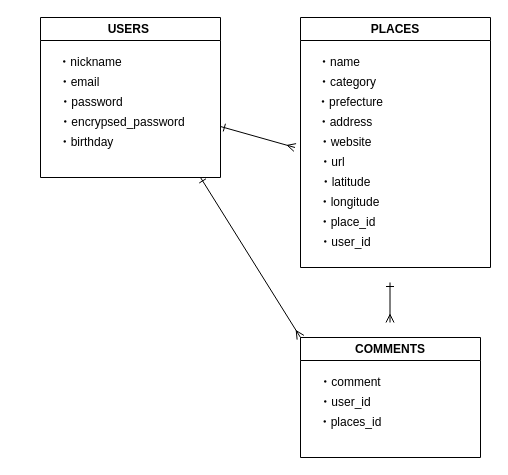
Above: mu5.dio in ayako-k2/mu5 (draw.io), before the change. Source tidied: cells renumbered, new cells numbered last; positions are measured from the earlier drawing's top-left corner, leaving out a move shared by most shapes. Both pictures are drawn from the tidied source at 100%, with x=0, y=0 at pixel (29, 17).
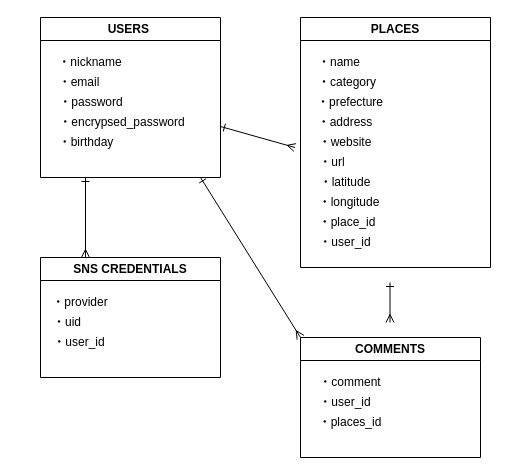
The same diagram, later.

The change refers to these unchanged cells:
```xml
<mxCell id="2" value="USERS&amp;nbsp;" style="swimlane;whiteSpace=wrap;html=1;" parent="1" vertex="1">
  <mxGeometry x="11" width="180" height="160" as="geometry" />
</mxCell>
```

What changed in the source:
```diff
@@
+    <mxCell id="26" value="SNS CREDENTIALS" style="swimlane;whiteSpace=wrap;html=1;" parent="1" vertex="1">
+      <mxGeometry x="11" y="240" width="180" height="120" as="geometry" />
+    </mxCell>
+    <mxCell id="27" value="・provider" style="text;html=1;strokeColor=none;fillColor=none;align=center;verticalAlign=middle;whiteSpace=wrap;rounded=0;" parent="26" vertex="1">
+      <mxGeometry x="-10" y="30" width="100" height="30" as="geometry" />
+    </mxCell>
+    <mxCell id="28" value="・uid" style="text;html=1;strokeColor=none;fillColor=none;align=center;verticalAlign=middle;whiteSpace=wrap;rounded=0;" parent="26" vertex="1">
+      <mxGeometry x="-23" y="50" width="100" height="30" as="geometry" />
+    </mxCell>
+    <mxCell id="29" value="・user_id" style="text;html=1;strokeColor=none;fillColor=none;align=center;verticalAlign=middle;whiteSpace=wrap;rounded=0;" parent="26" vertex="1">
+      <mxGeometry x="-11" y="70" width="100" height="30" as="geometry" />
+    </mxCell>
+    <mxCell id="30" style="endArrow=ERmany;html=1;entryX=0.25;entryY=0;entryDx=0;entryDy=0;endFill=0;startArrow=ERone;startFill=0;exitX=0.25;exitY=1;exitDx=0;exitDy=0;" parent="1" edge="1" source="2" target="26">
+      <mxGeometry relative="1" as="geometry" />
+    </mxCell>
```
